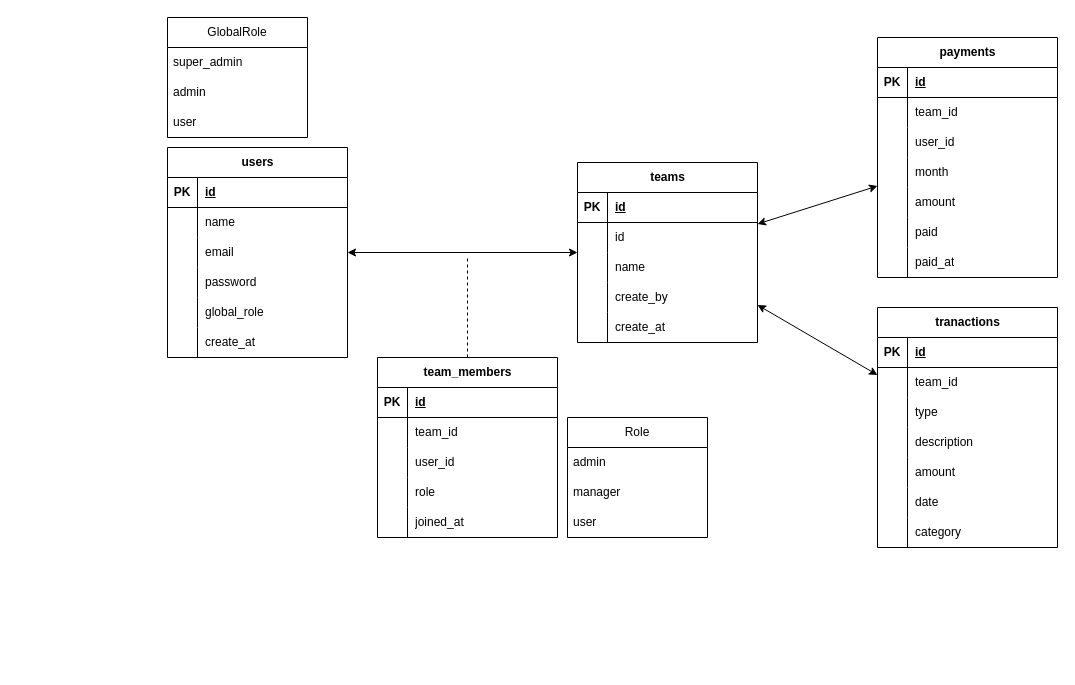
ngo-tuyen/TeamWallet keeps this draw.io diagram as 仕様書/db.drawio. Above is the earlier version. Source tidied: cells renumbered, new cells numbered last; positions are measured from the earlier drawing's top-left corner, leaving out a move shared by most shapes. Both pictures are drawn from the tidied source at 100%, with x=0, y=0 at pixel (167, 17).
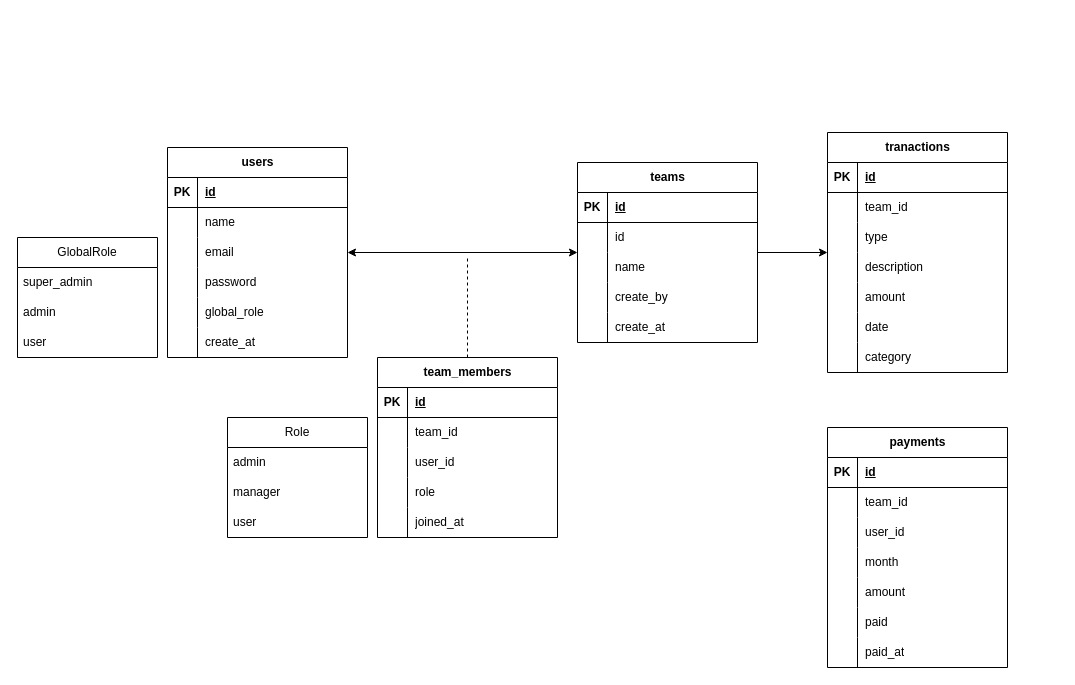
Above is the later version.

The change refers to these unchanged cells:
```xml
<mxCell id="21" value="teams" style="shape=table;startSize=30;childLayout=tableLayout;rowLines=0;fontStyle=1;align=center;html=1;" parent="1" vertex="1">
  <mxGeometry x="410" y="145" width="180" height="180" as="geometry" />
</mxCell>
```

Change to the diagram source:
```diff
@@
     <mxCell id="55" value="payments" style="shape=table;startSize=30;childLayout=tableLayout;rowLines=0;fontStyle=1;align=center;html=1;" parent="1" vertex="1">
-      <mxGeometry x="710" y="20" width="180" height="240" as="geometry" />
+      <mxGeometry x="660" y="410" width="180" height="240" as="geometry" />
     </mxCell>
@@
-    <mxCell id="77" style="endArrow=classic;startArrow=classic;html=1;rounded=0;" parent="1" edge="1" source="55" target="21">
+    <mxCell id="77" style="endArrow=none;startArrow=classic;html=1;rounded=0;endFill=0;" parent="1" edge="1" source="78" target="21">
       <mxGeometry relative="1" as="geometry" />
     </mxCell>
     <mxCell id="78" value="tranactions" style="shape=table;startSize=30;childLayout=tableLayout;rowLines=0;fontStyle=1;align=center;html=1;" parent="1" vertex="1">
-      <mxGeometry x="710" y="290" width="180" height="240" as="geometry" />
+      <mxGeometry x="660" y="115" width="180" height="240" as="geometry" />
     </mxCell>
@@
-    <mxCell id="100" style="endArrow=classic;startArrow=classic;html=1;rounded=0;" parent="1" edge="1" source="78" target="21">
-      <mxGeometry relative="1" as="geometry" />
-    </mxCell>
     <mxCell id="101" value="GlobalRole" style="swimlane;fontStyle=0;horizontal=1;startSize=30;whiteSpace=wrap;html=1;" parent="1" vertex="1">
-      <mxGeometry width="140" height="120" as="geometry" />
+      <mxGeometry x="-150" y="220" width="140" height="120" as="geometry" />
     </mxCell>
@@
     <mxCell id="105" value="Role" style="swimlane;fontStyle=0;horizontal=1;startSize=30;whiteSpace=wrap;html=1;" parent="1" vertex="1">
-      <mxGeometry x="400" y="400" width="140" height="120" as="geometry" />
+      <mxGeometry x="60" y="400" width="140" height="120" as="geometry" />
     </mxCell>
```
